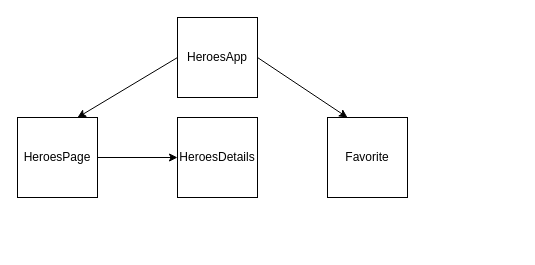
Mahfod-dev/test-peaks-marvel keeps this draw.io diagram as project.drawio. Above is the earlier version. Source tidied: cells renumbered, new cells numbered last; positions are measured from the earlier drawing's top-left corner, leaving out a move shared by most shapes. Both pictures are drawn from the tidied source at 100%, with x=0, y=0 at pixel (17, 17).
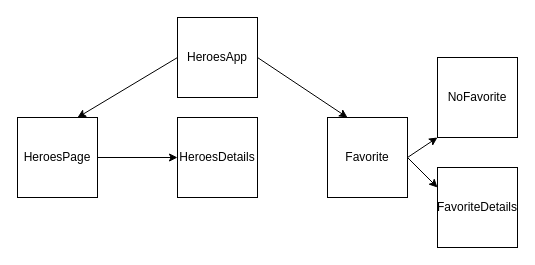
The same page after the edit.

Diff of the diagram source:
```diff
@@
 <mxGraphModel>
   <root>
     <mxCell id="0" />
     <mxCell id="1" parent="0" />
     <mxCell id="2" style="edgeStyle=none;html=1;exitX=0;exitY=0.5;exitDx=0;exitDy=0;entryX=0.75;entryY=0;entryDx=0;entryDy=0;" parent="1" edge="1" source="4" target="6">
       <mxGeometry relative="1" as="geometry" />
     </mxCell>
     <mxCell id="3" style="edgeStyle=none;html=1;exitX=1;exitY=0.5;exitDx=0;exitDy=0;entryX=0.25;entryY=0;entryDx=0;entryDy=0;" parent="1" edge="1" source="4" target="8">
       <mxGeometry relative="1" as="geometry" />
     </mxCell>
     <mxCell id="4" value="HeroesApp" style="whiteSpace=wrap;html=1;" parent="1" vertex="1">
       <mxGeometry x="160" width="80" height="80" as="geometry" />
     </mxCell>
     <mxCell id="5" style="edgeStyle=none;html=1;exitX=1;exitY=0.5;exitDx=0;exitDy=0;entryX=0;entryY=0.5;entryDx=0;entryDy=0;" parent="1" edge="1" source="6" target="7">
       <mxGeometry relative="1" as="geometry" />
     </mxCell>
     <mxCell id="6" value="HeroesPage" style="whiteSpace=wrap;html=1;" parent="1" vertex="1">
       <mxGeometry y="100" width="80" height="80" as="geometry" />
     </mxCell>
     <mxCell id="7" value="HeroesDetails" style="whiteSpace=wrap;html=1;" parent="1" vertex="1">
       <mxGeometry x="160" y="100" width="80" height="80" as="geometry" />
     </mxCell>
+    <mxCell id="9" style="edgeStyle=none;html=1;exitX=1;exitY=0.5;exitDx=0;exitDy=0;entryX=0;entryY=1;entryDx=0;entryDy=0;" parent="1" edge="1" source="8" target="11">
+      <mxGeometry relative="1" as="geometry" />
+    </mxCell>
+    <mxCell id="10" style="edgeStyle=none;html=1;exitX=1;exitY=0.5;exitDx=0;exitDy=0;entryX=0;entryY=0.25;entryDx=0;entryDy=0;" parent="1" edge="1" source="8" target="12">
+      <mxGeometry relative="1" as="geometry" />
+    </mxCell>
     <mxCell id="8" value="Favorite" style="whiteSpace=wrap;html=1;" parent="1" vertex="1">
       <mxGeometry x="310" y="100" width="80" height="80" as="geometry" />
     </mxCell>
+    <mxCell id="11" value="NoFavorite" style="whiteSpace=wrap;html=1;" parent="1" vertex="1">
+      <mxGeometry x="420" y="40" width="80" height="80" as="geometry" />
+    </mxCell>
+    <mxCell id="12" value="FavoriteDetails" style="whiteSpace=wrap;html=1;" parent="1" vertex="1">
+      <mxGeometry x="420" y="150" width="80" height="80" as="geometry" />
+    </mxCell>
   </root>
 </mxGraphModel>
```
